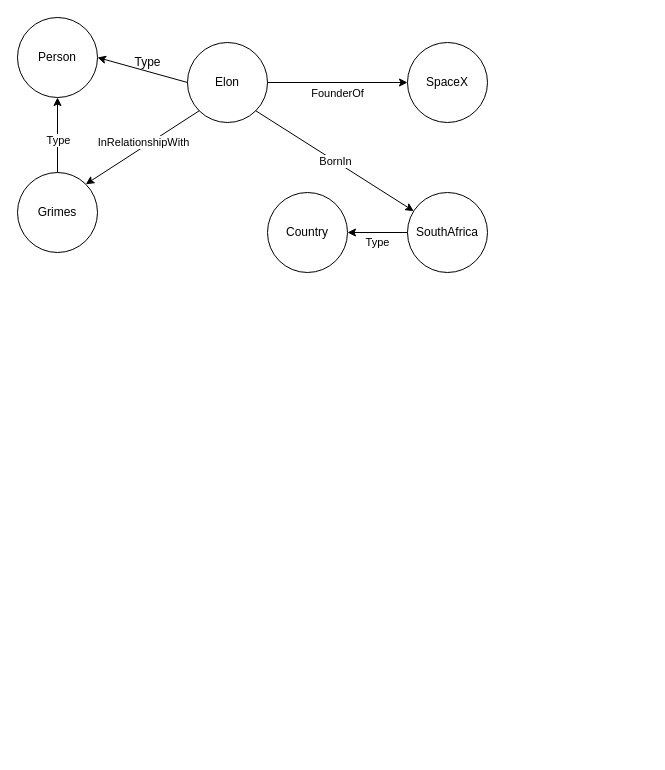
smejkka3/kge-w-rule-based-reasoning keeps this draw.io diagram as page "Page-3" (3 of 5) of Untitled Diagram.drawio. Above is the earlier version. Source tidied: cells renumbered, new cells numbered last; positions are measured from the earlier drawing's top-left corner, leaving out a move shared by most shapes. Both pictures are drawn from the tidied source at 100%, with x=0, y=0 at pixel (17, 17).
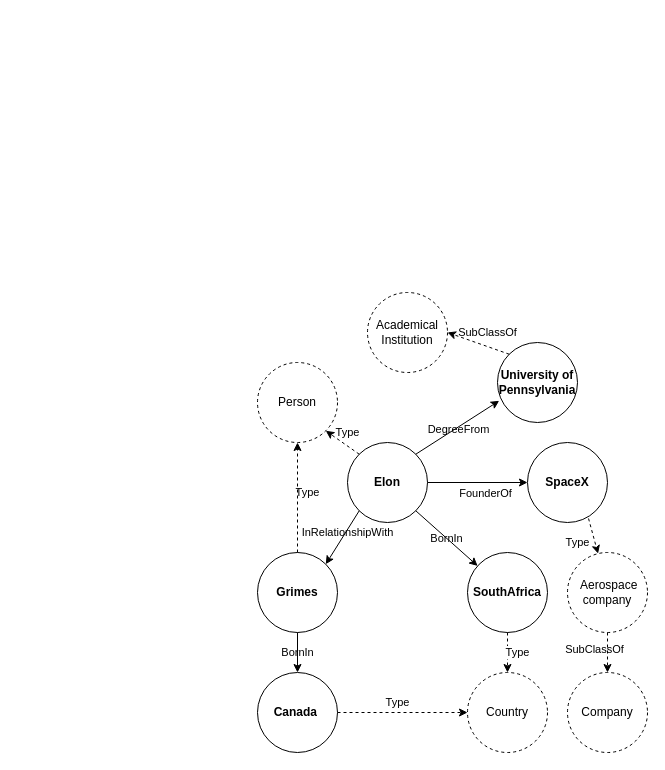
After the change.

Unchanged cells that the change refers to:
```xml
<mxCell id="3" style="edgeStyle=none;rounded=0;jettySize=auto;html=1;exitX=1;exitY=0.5;exitDx=0;exitDy=0;entryX=0;entryY=0.5;entryDx=0;entryDy=0;align=center;" parent="1" edge="1" source="7" target="11">
  <mxGeometry relative="1" as="geometry" />
</mxCell>
```

What changed in the source:
```diff
@@
+    <mxCell id="14" value="Type" style="edgeStyle=none;rounded=0;jettySize=auto;html=1;exitX=0.5;exitY=1;exitDx=0;exitDy=0;entryX=0.5;entryY=0;entryDx=0;entryDy=0;dashed=1;" parent="1" edge="1" source="15" target="16">
+      <mxGeometry y="10" relative="1" as="geometry" />
+    </mxCell>
+    <mxCell id="16" value="Country" style="ellipse;whiteSpace=wrap;html=1;fillColor=none;dashed=1;" parent="1" vertex="1">
+      <mxGeometry x="450" y="655" width="80" height="80" as="geometry" />
+    </mxCell>
-    <mxCell id="2" value="InRelationshipWith" style="rounded=0;jettySize=auto;html=1;exitX=0;exitY=1;exitDx=0;exitDy=0;entryX=1;entryY=0;entryDx=0;entryDy=0;" parent="1" edge="1" source="7" target="10">
-      <mxGeometry x="-0.05" y="-4" relative="1" as="geometry" />
+    <mxCell id="2" value="InRelationshipWith" style="rounded=0;jettySize=auto;html=1;exitX=0;exitY=1;exitDx=0;exitDy=0;entryX=1;entryY=0;entryDx=0;entryDy=0;labelBackgroundColor=none;" parent="1" edge="1" source="7" target="10">
+      <mxGeometry x="-0.22" y="2" relative="1" as="geometry">
+        <mxPoint y="-1" as="offset" />
+      </mxGeometry>
     </mxCell>
@@
-    <mxCell id="4" value="FounderOf" style="edgeLabel;html=1;align=center;verticalAlign=middle;" parent="3" vertex="1">
+    <mxCell id="4" value="FounderOf" style="edgeLabel;html=1;align=center;verticalAlign=middle;labelBackgroundColor=none;" parent="3" vertex="1">
       <mxGeometry x="-0.38" y="-2" relative="1" as="geometry">
         <mxPoint x="26" y="8" as="offset" />
       </mxGeometry>
     </mxCell>
-    <mxCell id="5" style="edgeStyle=none;rounded=0;jettySize=auto;html=1;exitX=0;exitY=0.5;exitDx=0;exitDy=0;entryX=1;entryY=0.5;entryDx=0;entryDy=0;" parent="1" edge="1" source="7" target="12">
-      <mxGeometry relative="1" as="geometry" />
-    </mxCell>
-    <mxCell id="6" value="BornIn" style="edgeStyle=none;rounded=0;jettySize=auto;html=1;exitX=1;exitY=1;exitDx=0;exitDy=0;" parent="1" edge="1" source="7" target="15">
+    <mxCell id="6" value="BornIn" style="edgeStyle=none;rounded=0;jettySize=auto;html=1;exitX=1;exitY=1;exitDx=0;exitDy=0;labelBackgroundColor=none;" parent="1" edge="1" source="7" target="15">
       <mxGeometry relative="1" as="geometry" />
     </mxCell>
+    <mxCell id="17" style="rounded=0;jettySize=auto;html=1;exitX=1;exitY=0;exitDx=0;exitDy=0;entryX=0;entryY=1;entryDx=0;entryDy=0;labelBackgroundColor=none;fontSize=11;endArrow=classic;endFill=1;" parent="1" edge="1" source="7">
+      <mxGeometry relative="1" as="geometry">
+        <mxPoint x="481.7" y="383.3" as="targetPoint" />
+      </mxGeometry>
+    </mxCell>
+    <mxCell id="18" value="DegreeFrom" style="edgeLabel;html=1;align=center;verticalAlign=middle;fontSize=11;labelBackgroundColor=none;" parent="17" vertex="1">
+      <mxGeometry x="-0.02" y="-2" relative="1" as="geometry" />
+    </mxCell>
-    <mxCell id="7" value="Elon" style="ellipse;whiteSpace=wrap;html=1;fillColor=none;" parent="1" vertex="1">
-      <mxGeometry x="170" y="25" width="80" height="80" as="geometry" />
+    <mxCell id="7" value="Elon" style="ellipse;whiteSpace=wrap;html=1;fillColor=none;fontStyle=1;" parent="1" vertex="1">
+      <mxGeometry x="330" y="425" width="80" height="80" as="geometry" />
     </mxCell>
-    <mxCell id="8" style="edgeStyle=none;rounded=0;jettySize=auto;html=1;exitX=0.5;exitY=0;exitDx=0;exitDy=0;entryX=0.5;entryY=1;entryDx=0;entryDy=0;" parent="1" edge="1" source="10" target="12">
-      <mxGeometry relative="1" as="geometry" />
-    </mxCell>
-    <mxCell id="9" value="Type" style="edgeLabel;html=1;align=center;verticalAlign=middle;" parent="8" vertex="1">
-      <mxGeometry x="-0.28" y="2" relative="1" as="geometry">
-        <mxPoint x="2" y="-6" as="offset" />
-      </mxGeometry>
-    </mxCell>
+    <mxCell id="19" value="BornIn" style="edgeStyle=none;rounded=0;jettySize=auto;html=1;exitX=0.5;exitY=1;exitDx=0;exitDy=0;entryX=0.5;entryY=0;entryDx=0;entryDy=0;labelBackgroundColor=none;fontSize=11;endArrow=classic;endFill=1;" parent="1" edge="1" source="10" target="21">
+      <mxGeometry relative="1" as="geometry" />
+    </mxCell>
-    <mxCell id="10" value="Grimes" style="ellipse;whiteSpace=wrap;html=1;fillColor=none;" parent="1" vertex="1">
-      <mxGeometry y="155" width="80" height="80" as="geometry" />
+    <mxCell id="10" value="Grimes" style="ellipse;whiteSpace=wrap;html=1;fillColor=none;fontStyle=1;" parent="1" vertex="1">
+      <mxGeometry x="240" y="535" width="80" height="80" as="geometry" />
     </mxCell>
-    <mxCell id="11" value="SpaceX" style="ellipse;whiteSpace=wrap;html=1;fillColor=none;" parent="1" vertex="1">
-      <mxGeometry x="390" y="25" width="80" height="80" as="geometry" />
+    <mxCell id="11" value="SpaceX" style="ellipse;whiteSpace=wrap;html=1;fillColor=none;fontStyle=1;" parent="1" vertex="1">
+      <mxGeometry x="510" y="425" width="80" height="80" as="geometry" />
     </mxCell>
+    <mxCell id="15" value="SouthAfrica" style="ellipse;whiteSpace=wrap;html=1;fillColor=none;fontStyle=1;" parent="1" vertex="1">
+      <mxGeometry x="450" y="535" width="80" height="80" as="geometry" />
+    </mxCell>
+    <mxCell id="20" value="Type" style="edgeStyle=none;rounded=0;jettySize=auto;html=1;exitX=1;exitY=0.5;exitDx=0;exitDy=0;entryX=0;entryY=0.5;entryDx=0;entryDy=0;labelBackgroundColor=none;fontSize=11;endArrow=classic;endFill=1;dashed=1;" parent="1" edge="1" source="21" target="16">
+      <mxGeometry x="-0.08" y="10" relative="1" as="geometry" />
+    </mxCell>
+    <mxCell id="21" value="Canada&amp;nbsp;" style="ellipse;whiteSpace=wrap;html=1;fillColor=none;fontStyle=1;" parent="1" vertex="1">
+      <mxGeometry x="240" y="655" width="80" height="80" as="geometry" />
+    </mxCell>
+    <mxCell id="22" value="University of Pennsylvania" style="ellipse;whiteSpace=wrap;html=1;fillColor=none;fontStyle=1;" parent="1" vertex="1">
+      <mxGeometry x="480" y="325" width="80" height="80" as="geometry" />
+    </mxCell>
+    <mxCell id="5" value="Type" style="edgeStyle=none;rounded=0;jettySize=auto;html=1;exitX=0;exitY=0;exitDx=0;exitDy=0;entryX=1;entryY=1;entryDx=0;entryDy=0;labelBackgroundColor=none;dashed=1;" parent="1" edge="1" source="7" target="12">
+      <mxGeometry x="0.08" y="-11" relative="1" as="geometry" />
+    </mxCell>
+    <mxCell id="23" value="Type" style="edgeStyle=none;rounded=0;jettySize=auto;html=1;exitX=0.5;exitY=0;exitDx=0;exitDy=0;labelBackgroundColor=none;dashed=1;" parent="1" edge="1" source="10">
+      <mxGeometry x="0.09" y="-10" relative="1" as="geometry">
+        <mxPoint x="280" y="425" as="targetPoint" />
+      </mxGeometry>
+    </mxCell>
-    <mxCell id="12" value="Person" style="ellipse;whiteSpace=wrap;html=1;fillColor=none;" parent="1" vertex="1">
-      <mxGeometry width="80" height="80" as="geometry" />
+    <mxCell id="12" value="Person" style="ellipse;whiteSpace=wrap;html=1;fillColor=none;dashed=1;" parent="1" vertex="1">
+      <mxGeometry x="240" y="345" width="80" height="80" as="geometry" />
     </mxCell>
-    <mxCell id="13" value="Type" style="text;html=1;align=center;verticalAlign=middle;strokeColor=none;fillColor=none;" parent="1" vertex="1">
-      <mxGeometry x="105" y="30" width="50" height="30" as="geometry" />
-    </mxCell>
-    <mxCell id="14" value="Type" style="edgeStyle=none;rounded=0;jettySize=auto;html=1;exitX=0;exitY=0.5;exitDx=0;exitDy=0;entryX=1;entryY=0.5;entryDx=0;entryDy=0;" parent="1" edge="1" source="15" target="16">
-      <mxGeometry y="10" relative="1" as="geometry" />
-    </mxCell>
-    <mxCell id="15" value="SouthAfrica" style="ellipse;whiteSpace=wrap;html=1;fillColor=none;" parent="1" vertex="1">
-      <mxGeometry x="390" y="175" width="80" height="80" as="geometry" />
-    </mxCell>
-    <mxCell id="16" value="Country" style="ellipse;whiteSpace=wrap;html=1;fillColor=none;" parent="1" vertex="1">
-      <mxGeometry x="250" y="175" width="80" height="80" as="geometry" />
-    </mxCell>
+    <mxCell id="24" value="SubClassOf" style="edgeStyle=none;rounded=0;jettySize=auto;html=1;exitX=0;exitY=0;exitDx=0;exitDy=0;entryX=1;entryY=0.5;entryDx=0;entryDy=0;labelBackgroundColor=none;dashed=1;" parent="1" edge="1" source="22" target="25">
+      <mxGeometry x="-0.15" y="-13" relative="1" as="geometry" />
+    </mxCell>
+    <mxCell id="25" value="Academical&lt;br&gt;Institution" style="ellipse;whiteSpace=wrap;html=1;fillColor=none;dashed=1;" parent="1" vertex="1">
+      <mxGeometry x="350" y="275" width="80" height="80" as="geometry" />
+    </mxCell>
+    <mxCell id="26" value="Type" style="edgeStyle=none;rounded=0;jettySize=auto;html=1;exitX=0.763;exitY=0.95;exitDx=0;exitDy=0;labelBackgroundColor=none;dashed=1;exitPerimeter=0;" parent="1" edge="1" source="11" target="27">
+      <mxGeometry x="0.11" y="-17" relative="1" as="geometry" />
+    </mxCell>
+    <mxCell id="27" value="&amp;nbsp;Aerospace company" style="ellipse;whiteSpace=wrap;html=1;fillColor=none;dashed=1;" parent="1" vertex="1">
+      <mxGeometry x="550" y="535" width="80" height="80" as="geometry" />
+    </mxCell>
+    <mxCell id="28" value="SubClassOf" style="edgeStyle=none;rounded=0;jettySize=auto;html=1;exitX=0.5;exitY=1;exitDx=0;exitDy=0;entryX=0.5;entryY=0;entryDx=0;entryDy=0;labelBackgroundColor=none;dashed=1;" parent="1" edge="1" source="27" target="29">
+      <mxGeometry x="-0.15" y="-13" relative="1" as="geometry" />
+    </mxCell>
+    <mxCell id="29" value="Company" style="ellipse;whiteSpace=wrap;html=1;fillColor=none;dashed=1;" parent="1" vertex="1">
+      <mxGeometry x="550" y="655" width="80" height="80" as="geometry" />
+    </mxCell>
```
